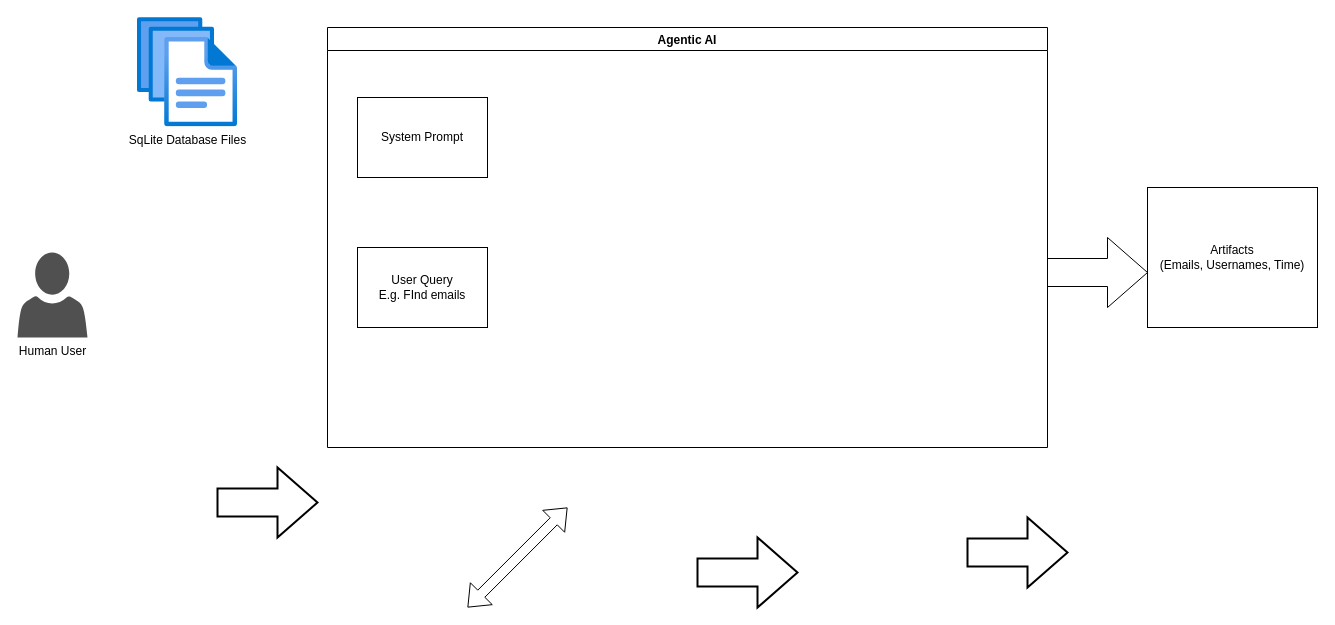
Before: page "Page-3" (3 of 3) of Agentic-Research.drawio in toyeafo/agentic-forensic-research, a draw.io diagram. Source tidied: cells renumbered, new cells numbered last; positions are measured from the earlier drawing's top-left corner, leaving out a move shared by most shapes. Both pictures are drawn from the tidied source at 100%, with x=0, y=0 at pixel (17, 17).
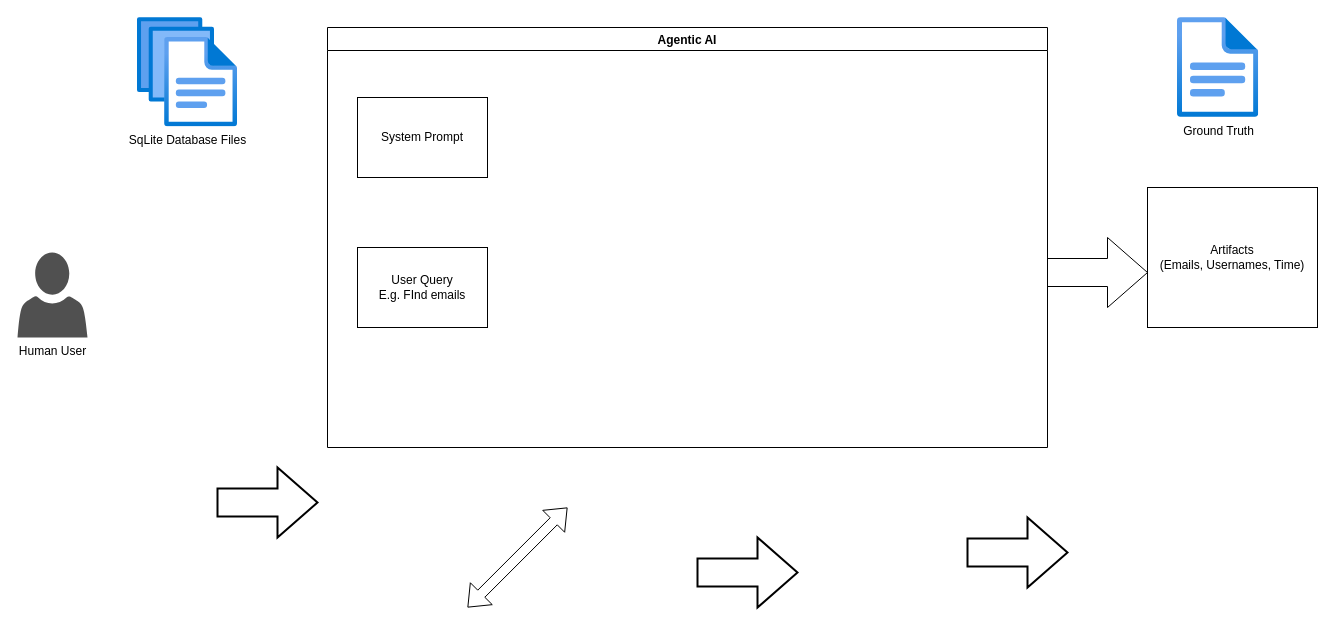
Above is the later version.

What changed in the source:
```diff
@@
 <mxGraphModel>
   <root>
     <mxCell id="0" />
     <mxCell id="1" parent="0" />
     <mxCell id="2" style="verticalLabelPosition=bottom;verticalAlign=top;html=1;strokeWidth=2;shape=mxgraph.arrows2.arrow;dy=0.6;dx=40;notch=0;" parent="1" vertex="1">
       <mxGeometry x="200" y="450" width="100" height="70" as="geometry" />
     </mxCell>
     <mxCell id="3" style="verticalLabelPosition=bottom;verticalAlign=top;html=1;strokeWidth=2;shape=mxgraph.arrows2.arrow;dy=0.6;dx=40;notch=0;" parent="1" vertex="1">
       <mxGeometry x="680" y="520" width="100" height="70" as="geometry" />
     </mxCell>
     <mxCell id="4" style="verticalLabelPosition=bottom;verticalAlign=top;html=1;strokeWidth=2;shape=mxgraph.arrows2.arrow;dy=0.6;dx=40;notch=0;" parent="1" vertex="1">
       <mxGeometry x="950" y="500" width="100" height="70" as="geometry" />
     </mxCell>
     <mxCell id="5" style="verticalLabelPosition=bottom;verticalAlign=top;html=1;strokeWidth=1;shape=mxgraph.arrows2.arrow;dy=0.6;dx=40;notch=0;" parent="1" vertex="1">
       <mxGeometry x="1030" y="220" width="100" height="70" as="geometry" />
     </mxCell>
     <mxCell id="6" value="Human User" style="sketch=0;shadow=0;dashed=0;html=1;strokeColor=none;fillColor=#505050;labelPosition=center;verticalLabelPosition=bottom;verticalAlign=top;align=center;shape=mxgraph.office.users.user;" parent="1" vertex="1">
       <mxGeometry y="235" width="70" height="85" as="geometry" />
     </mxCell>
     <mxCell id="7" style="shape=flexArrow;endArrow=classic;startArrow=classic;html=1;rounded=0;" parent="1" edge="1">
       <mxGeometry relative="1" as="geometry">
         <mxPoint x="450" y="590" as="sourcePoint" />
         <mxPoint x="550" y="490" as="targetPoint" />
       </mxGeometry>
     </mxCell>
     <mxCell id="8" value="Agentic AI" style="swimlane;" parent="1" vertex="1">
       <mxGeometry x="310" y="10" width="720" height="420" as="geometry" />
     </mxCell>
     <mxCell id="9" value="System Prompt" style="html=1;dashed=0;whiteSpace=wrap;" parent="8" vertex="1">
       <mxGeometry x="30" y="70" width="130" height="80" as="geometry" />
     </mxCell>
     <mxCell id="10" value="&lt;div&gt;User Query&lt;/div&gt;&lt;div&gt;E.g. FInd emails&lt;/div&gt;" style="html=1;dashed=0;whiteSpace=wrap;" parent="8" vertex="1">
       <mxGeometry x="30" y="220" width="130" height="80" as="geometry" />
     </mxCell>
     <mxCell id="11" value="&lt;div&gt;Artifacts&lt;/div&gt;&lt;div&gt;(Emails, Usernames, Time)&lt;/div&gt;" style="rounded=0;whiteSpace=wrap;html=1;" parent="1" vertex="1">
       <mxGeometry x="1130" y="170" width="170" height="140" as="geometry" />
     </mxCell>
     <mxCell id="12" value="SqLite Database Files" style="image;html=1;align=center;fontSize=12;image=img/lib/azure2/general/Files.svg;" parent="1" vertex="1">
       <mxGeometry x="120" width="100" height="109.4" as="geometry" />
     </mxCell>
+    <mxCell id="13" value="Ground Truth" style="image;html=1;align=center;fontSize=12;image=img/lib/azure2/general/File.svg;" parent="1" vertex="1">
+      <mxGeometry x="1160" width="81.2" height="100" as="geometry" />
+    </mxCell>
   </root>
 </mxGraphModel>
```
